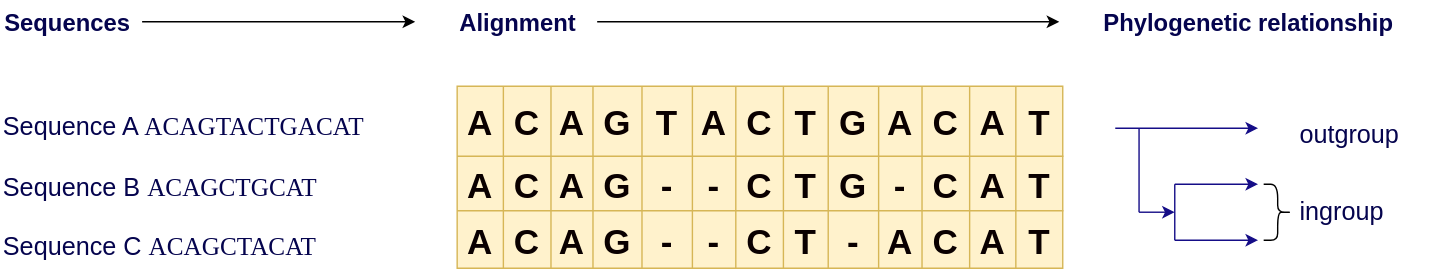
Before: images/3alignment.drawio.svg, a diagram exported from draw.io (khiron/dBGAlignSlides). Source tidied: cells renumbered, new cells last; positions are measured from the earlier drawing's top-left corner, leaving out a move shared by most shapes.
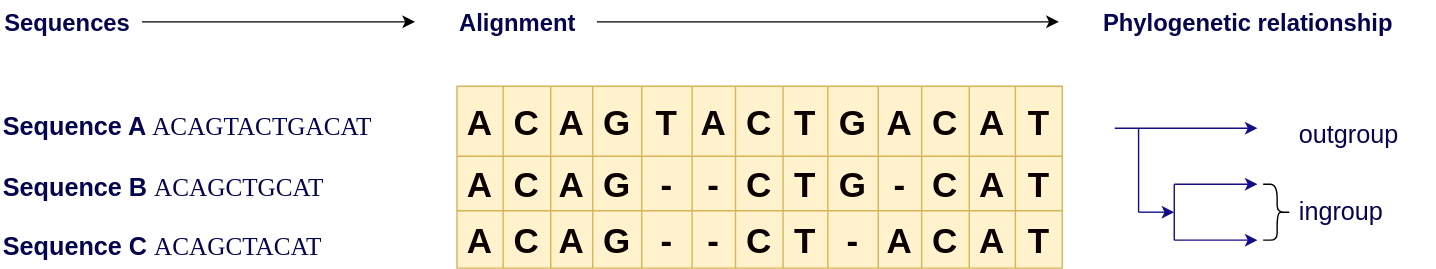
The same file after the commit.

What changed in the source:
```diff
@@ -142,13 +142,13 @@
     <mxCell id="47" value="&lt;b&gt;Alignment&lt;/b&gt;" style="text;html=1;align=left;verticalAlign=top;whiteSpace=wrap;rounded=0;fontColor=#05044e;fontSize=17;labelPosition=center;verticalLabelPosition=middle;" parent="1" vertex="1">
       <mxGeometry x="326" width="100" height="30" as="geometry" />
     </mxCell>
-    <mxCell id="48" value="Sequence A&amp;nbsp; &amp;nbsp; &lt;font face=&quot;Lucida Console&quot;&gt;ACAGTACTGACAT&lt;/font&gt;" style="text;html=1;align=left;verticalAlign=middle;whiteSpace=wrap;rounded=0;fontSize=18;fontStyle=0;labelPosition=center;verticalLabelPosition=middle;fontColor=#05044e;" parent="1" vertex="1">
+    <mxCell id="48" value="&lt;b&gt;Sequence A&lt;/b&gt;&amp;nbsp; &amp;nbsp; &lt;font face=&quot;Lucida Console&quot;&gt;ACAGTACTGACAT&lt;/font&gt;" style="text;html=1;align=left;verticalAlign=middle;whiteSpace=wrap;rounded=0;fontSize=18;fontStyle=0;labelPosition=center;verticalLabelPosition=middle;fontColor=#05044e;" parent="1" vertex="1">
       <mxGeometry y="75" width="296" height="30" as="geometry" />
     </mxCell>
-    <mxCell id="49" value="Sequence B&amp;nbsp; &amp;nbsp; &lt;font face=&quot;Lucida Console&quot;&gt;ACAGCTGCAT&lt;/font&gt;" style="text;html=1;align=left;verticalAlign=middle;whiteSpace=wrap;rounded=0;fontSize=18;fontStyle=0;labelPosition=center;verticalLabelPosition=middle;fontColor=#05044e;" parent="1" vertex="1">
+    <mxCell id="49" value="&lt;b&gt;Sequence B&lt;/b&gt;&amp;nbsp; &amp;nbsp; &lt;font face=&quot;Lucida Console&quot;&gt;ACAGCTGCAT&lt;/font&gt;" style="text;html=1;align=left;verticalAlign=middle;whiteSpace=wrap;rounded=0;fontSize=18;fontStyle=0;labelPosition=center;verticalLabelPosition=middle;fontColor=#05044e;" parent="1" vertex="1">
       <mxGeometry y="116" width="296" height="35" as="geometry" />
     </mxCell>
-    <mxCell id="50" value="Sequence C&amp;nbsp; &amp;nbsp; &lt;font face=&quot;Lucida Console&quot;&gt;ACAGCTACAT&lt;/font&gt;" style="text;html=1;align=left;verticalAlign=middle;whiteSpace=wrap;rounded=0;fontSize=18;fontStyle=0;labelPosition=center;verticalLabelPosition=middle;fontColor=#05044e;" parent="1" vertex="1">
+    <mxCell id="50" value="&lt;b&gt;Sequence C&lt;/b&gt;&amp;nbsp; &amp;nbsp; &lt;font face=&quot;Lucida Console&quot;&gt;ACAGCTACAT&lt;/font&gt;" style="text;html=1;align=left;verticalAlign=middle;whiteSpace=wrap;rounded=0;fontSize=18;fontStyle=0;labelPosition=center;verticalLabelPosition=middle;fontColor=#05044e;" parent="1" vertex="1">
       <mxGeometry y="160" width="296" height="31" as="geometry" />
     </mxCell>
     <mxCell id="51" style="edgeStyle=none;html=1;" parent="1" edge="1" source="52">
```
